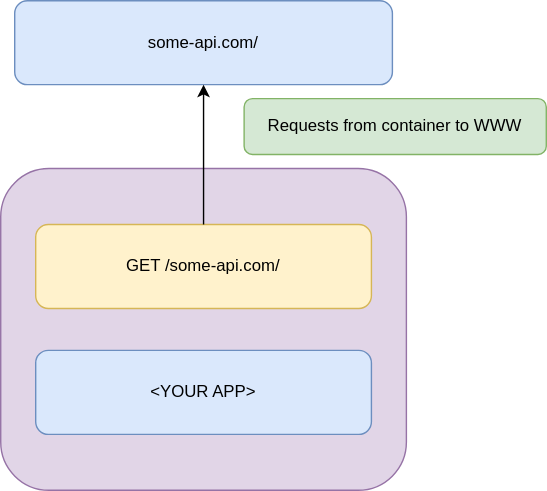
Before: docs/external.svg, a diagram exported from draw.io (TomSpencerLondon/Docker-And-Kubernetes). Source tidied: cells renumbered, new cells last; positions are measured from the earlier drawing's top-left corner, leaving out a move shared by most shapes.
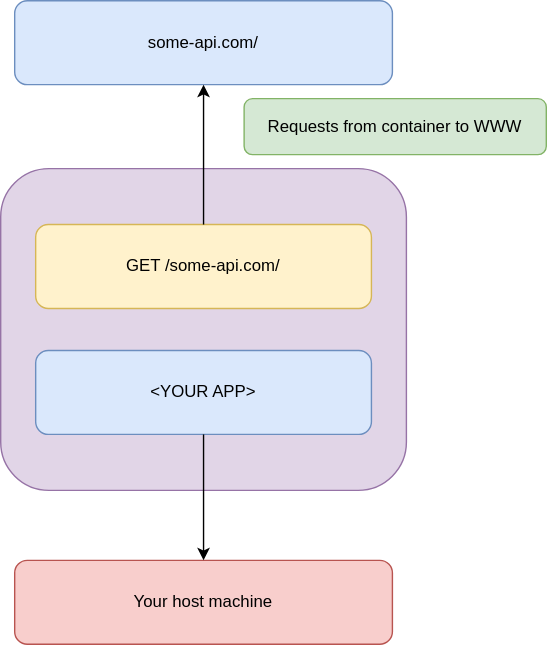
After the change.

Commit message:
Add image for local host

What changed in the source:
```diff
@@ -20,5 +20,11 @@
     <mxCell id="7" value="Requests from container to WWW" style="rounded=1;whiteSpace=wrap;html=1;fillColor=#d5e8d4;strokeColor=#82b366;" parent="1" vertex="1">
       <mxGeometry x="174" y="70" width="216" height="40" as="geometry" />
     </mxCell>
+    <mxCell id="8" value="Your host machine" style="rounded=1;whiteSpace=wrap;html=1;fillColor=#f8cecc;strokeColor=#b85450;" parent="1" vertex="1">
+      <mxGeometry x="10" y="400" width="270" height="60" as="geometry" />
+    </mxCell>
+    <mxCell id="9" style="endArrow=classic;html=1;rounded=0;exitX=0.5;exitY=1;exitDx=0;exitDy=0;entryX=0.5;entryY=0;entryDx=0;entryDy=0;" parent="1" edge="1" source="4" target="8">
+      <mxGeometry relative="1" as="geometry" />
+    </mxCell>
   </root>
 </mxGraphModel>
```
